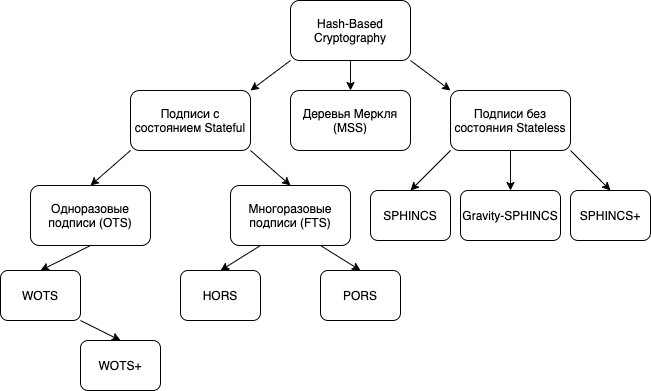
Above: docs/images/HBC_structure.png in Ashes17b/DW (draw.io), before the change. Source tidied: cells renumbered, new cells last; positions are measured from the earlier drawing's top-left corner, leaving out a move shared by most shapes. Source of this version:
```xml
<mxGraphModel>
  <root>
    <mxCell id="0" />
    <mxCell id="1" parent="0" />
    <mxCell id="2" value="Hash-Based Cryptography" style="rounded=1;whiteSpace=wrap;html=1;" parent="1" vertex="1">
      <mxGeometry x="290" width="120" height="60" as="geometry" />
    </mxCell>
    <mxCell id="3" value="Одноразовые подписи (OTS)" style="rounded=1;whiteSpace=wrap;html=1;" parent="1" vertex="1">
      <mxGeometry x="30" y="185" width="120" height="60" as="geometry" />
    </mxCell>
    <mxCell id="4" value="Многоразовые подписи (FTS)&lt;span style=&quot;color: rgba(0 , 0 , 0 , 0) ; font-family: monospace ; font-size: 0px&quot;&gt;%3CmxGraphModel%3E%3Croot%3E%3CmxCell%20id%3D%220%22%2F%3E%3CmxCell%20id%3D%221%22%20parent%3D%220%22%2F%3E%3CmxCell%20id%3D%222%22%20value%3D%22%D0%9E%D0%B4%D0%BD%D0%BE%D1%80%D0%B0%D0%B7%D0%BE%D0%B2%D1%8B%D0%B5%20%D0%BF%D0%BE%D0%B4%D0%BF%D0%B8%D1%81%D0%B8%22%20style%3D%22rounded%3D1%3BwhiteSpace%3Dwrap%3Bhtml%3D1%3B%22%20vertex%3D%221%22%20parent%3D%221%22%3E%3CmxGeometry%20x%3D%22210%22%20y%3D%22220%22%20width%3D%22120%22%20height%3D%2260%22%20as%3D%22geometry%22%2F%3E%3C%2FmxCell%3E%3C%2Froot%3E%3C%2FmxGraphModel%3E&lt;/span&gt;" style="rounded=1;whiteSpace=wrap;html=1;" parent="1" vertex="1">
      <mxGeometry x="230" y="185" width="120" height="60" as="geometry" />
    </mxCell>
    <mxCell id="5" value="SPHINCS" style="rounded=1;whiteSpace=wrap;html=1;" parent="1" vertex="1">
      <mxGeometry x="370" y="190" width="80" height="50" as="geometry" />
    </mxCell>
    <mxCell id="6" value="Gravity-SPHINCS" style="rounded=1;whiteSpace=wrap;html=1;" parent="1" vertex="1">
      <mxGeometry x="460" y="190" width="100" height="50" as="geometry" />
    </mxCell>
    <mxCell id="7" value="SPHINCS+" style="rounded=1;whiteSpace=wrap;html=1;" parent="1" vertex="1">
      <mxGeometry x="570" y="190" width="80" height="50" as="geometry" />
    </mxCell>
    <mxCell id="8" value="Подписи без состояния Stateless" style="rounded=1;whiteSpace=wrap;html=1;" parent="1" vertex="1">
      <mxGeometry x="450" y="90" width="120" height="60" as="geometry" />
    </mxCell>
    <mxCell id="9" value="Подписи с состоянием Stateful" style="rounded=1;whiteSpace=wrap;html=1;" parent="1" vertex="1">
      <mxGeometry x="130" y="90" width="120" height="60" as="geometry" />
    </mxCell>
    <mxCell id="10" style="endArrow=classic;html=1;exitX=0;exitY=1;exitDx=0;exitDy=0;entryX=1;entryY=0;entryDx=0;entryDy=0;" parent="1" edge="1" source="2" target="9">
      <mxGeometry relative="1" as="geometry" />
    </mxCell>
    <mxCell id="11" style="endArrow=classic;html=1;exitX=1;exitY=1;exitDx=0;exitDy=0;entryX=0;entryY=0;entryDx=0;entryDy=0;" parent="1" edge="1" source="2" target="8">
      <mxGeometry relative="1" as="geometry" />
    </mxCell>
    <mxCell id="12" style="endArrow=classic;html=1;exitX=1;exitY=1;exitDx=0;exitDy=0;entryX=0.5;entryY=0;entryDx=0;entryDy=0;" parent="1" edge="1" source="9" target="4">
      <mxGeometry relative="1" as="geometry" />
    </mxCell>
    <mxCell id="13" style="endArrow=classic;html=1;exitX=0;exitY=1;exitDx=0;exitDy=0;entryX=0.5;entryY=0;entryDx=0;entryDy=0;" parent="1" edge="1" source="9" target="3">
      <mxGeometry relative="1" as="geometry" />
    </mxCell>
    <mxCell id="14" style="endArrow=classic;html=1;exitX=0;exitY=1;exitDx=0;exitDy=0;entryX=0.5;entryY=0;entryDx=0;entryDy=0;" parent="1" edge="1" source="8" target="5">
      <mxGeometry relative="1" as="geometry" />
    </mxCell>
    <mxCell id="15" style="endArrow=classic;html=1;exitX=0.5;exitY=1;exitDx=0;exitDy=0;" parent="1" edge="1" source="8" target="6">
      <mxGeometry relative="1" as="geometry" />
    </mxCell>
    <mxCell id="16" style="endArrow=classic;html=1;exitX=1;exitY=1;exitDx=0;exitDy=0;entryX=0.5;entryY=0;entryDx=0;entryDy=0;" parent="1" edge="1" source="8" target="7">
      <mxGeometry relative="1" as="geometry" />
    </mxCell>
    <mxCell id="17" value="WOTS" style="rounded=1;whiteSpace=wrap;html=1;" parent="1" vertex="1">
      <mxGeometry y="270" width="80" height="50" as="geometry" />
    </mxCell>
    <mxCell id="18" value="WOTS+" style="rounded=1;whiteSpace=wrap;html=1;" parent="1" vertex="1">
      <mxGeometry x="80" y="340" width="80" height="50" as="geometry" />
    </mxCell>
    <mxCell id="19" style="endArrow=classic;html=1;exitX=0.5;exitY=1;exitDx=0;exitDy=0;entryX=0.5;entryY=0;entryDx=0;entryDy=0;" parent="1" edge="1" source="3" target="17">
      <mxGeometry relative="1" as="geometry" />
    </mxCell>
    <mxCell id="20" style="endArrow=classic;html=1;exitX=1;exitY=1;exitDx=0;exitDy=0;entryX=0.5;entryY=0;entryDx=0;entryDy=0;" parent="1" edge="1" source="17" target="18">
      <mxGeometry relative="1" as="geometry" />
    </mxCell>
    <mxCell id="21" value="Деревья Меркля (MSS)" style="rounded=1;whiteSpace=wrap;html=1;" parent="1" vertex="1">
      <mxGeometry x="290" y="90" width="120" height="60" as="geometry" />
    </mxCell>
    <mxCell id="22" value="HORS" style="rounded=1;whiteSpace=wrap;html=1;" parent="1" vertex="1">
      <mxGeometry x="180" y="270" width="80" height="50" as="geometry" />
    </mxCell>
    <mxCell id="23" value="PORS" style="rounded=1;whiteSpace=wrap;html=1;" parent="1" vertex="1">
      <mxGeometry x="320" y="270" width="80" height="50" as="geometry" />
    </mxCell>
    <mxCell id="24" style="endArrow=classic;html=1;exitX=0.25;exitY=1;exitDx=0;exitDy=0;entryX=0.5;entryY=0;entryDx=0;entryDy=0;" parent="1" edge="1" source="4" target="22">
      <mxGeometry relative="1" as="geometry" />
    </mxCell>
    <mxCell id="25" style="endArrow=classic;html=1;exitX=0.75;exitY=1;exitDx=0;exitDy=0;entryX=0.5;entryY=0;entryDx=0;entryDy=0;" parent="1" edge="1" source="4" target="23">
      <mxGeometry relative="1" as="geometry" />
    </mxCell>
    <mxCell id="26" style="endArrow=classic;html=1;exitX=0.5;exitY=1;exitDx=0;exitDy=0;" parent="1" edge="1" source="2" target="21">
      <mxGeometry relative="1" as="geometry" />
    </mxCell>
  </root>
</mxGraphModel>
```
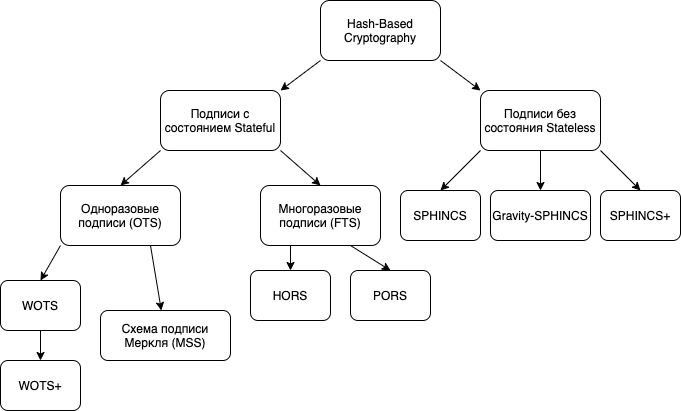
After the change.

What changed in the source:
```diff
@@ -48,22 +48,22 @@
       <mxGeometry relative="1" as="geometry" />
     </mxCell>
     <mxCell id="17" value="WOTS" style="rounded=1;whiteSpace=wrap;html=1;" parent="1" vertex="1">
-      <mxGeometry y="270" width="80" height="50" as="geometry" />
+      <mxGeometry x="-30" y="280" width="80" height="50" as="geometry" />
     </mxCell>
     <mxCell id="18" value="WOTS+" style="rounded=1;whiteSpace=wrap;html=1;" parent="1" vertex="1">
-      <mxGeometry x="80" y="340" width="80" height="50" as="geometry" />
+      <mxGeometry x="-30" y="360" width="80" height="50" as="geometry" />
     </mxCell>
-    <mxCell id="19" style="endArrow=classic;html=1;exitX=0.5;exitY=1;exitDx=0;exitDy=0;entryX=0.5;entryY=0;entryDx=0;entryDy=0;" parent="1" edge="1" source="3" target="17">
+    <mxCell id="19" style="endArrow=classic;html=1;exitX=0;exitY=1;exitDx=0;exitDy=0;entryX=0.5;entryY=0;entryDx=0;entryDy=0;" parent="1" edge="1" source="3" target="17">
       <mxGeometry relative="1" as="geometry" />
     </mxCell>
-    <mxCell id="20" style="endArrow=classic;html=1;exitX=1;exitY=1;exitDx=0;exitDy=0;entryX=0.5;entryY=0;entryDx=0;entryDy=0;" parent="1" edge="1" source="17" target="18">
+    <mxCell id="20" style="endArrow=classic;html=1;exitX=0.5;exitY=1;exitDx=0;exitDy=0;entryX=0.5;entryY=0;entryDx=0;entryDy=0;" parent="1" edge="1" source="17" target="18">
       <mxGeometry relative="1" as="geometry" />
     </mxCell>
-    <mxCell id="21" value="Деревья Меркля (MSS)" style="rounded=1;whiteSpace=wrap;html=1;" parent="1" vertex="1">
-      <mxGeometry x="290" y="90" width="120" height="60" as="geometry" />
-    </mxCell>
+    <mxCell id="27" value="Схема подписи Меркля (MSS)" style="rounded=1;whiteSpace=wrap;html=1;" parent="1" vertex="1">
+      <mxGeometry x="70" y="310" width="130" height="50" as="geometry" />
+    </mxCell>
     <mxCell id="22" value="HORS" style="rounded=1;whiteSpace=wrap;html=1;" parent="1" vertex="1">
-      <mxGeometry x="180" y="270" width="80" height="50" as="geometry" />
+      <mxGeometry x="220" y="270" width="80" height="50" as="geometry" />
     </mxCell>
     <mxCell id="23" value="PORS" style="rounded=1;whiteSpace=wrap;html=1;" parent="1" vertex="1">
       <mxGeometry x="320" y="270" width="80" height="50" as="geometry" />
@@ -74,8 +74,8 @@
     <mxCell id="25" style="endArrow=classic;html=1;exitX=0.75;exitY=1;exitDx=0;exitDy=0;entryX=0.5;entryY=0;entryDx=0;entryDy=0;" parent="1" edge="1" source="4" target="23">
       <mxGeometry relative="1" as="geometry" />
     </mxCell>
-    <mxCell id="26" style="endArrow=classic;html=1;exitX=0.5;exitY=1;exitDx=0;exitDy=0;" parent="1" edge="1" source="2" target="21">
-      <mxGeometry relative="1" as="geometry" />
-    </mxCell>
+    <mxCell id="28" style="endArrow=classic;html=1;exitX=0.75;exitY=1;exitDx=0;exitDy=0;" parent="1" edge="1" source="3" target="27">
+      <mxGeometry relative="1" as="geometry" />
+    </mxCell>
   </root>
 </mxGraphModel>
```
